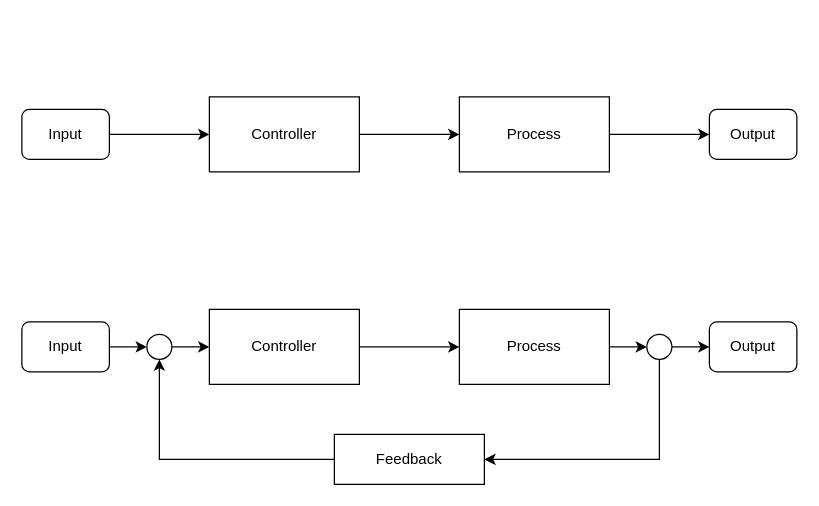
m-akma1/hello-world keeps this draw.io diagram as Untitled Diagram.drawio. Above is the earlier version. Source tidied: cells renumbered, new cells numbered last; positions are measured from the earlier drawing's top-left corner, leaving out a move shared by most shapes. Both pictures are drawn from the tidied source at 125%, with x=0, y=0 at pixel (21, 96).
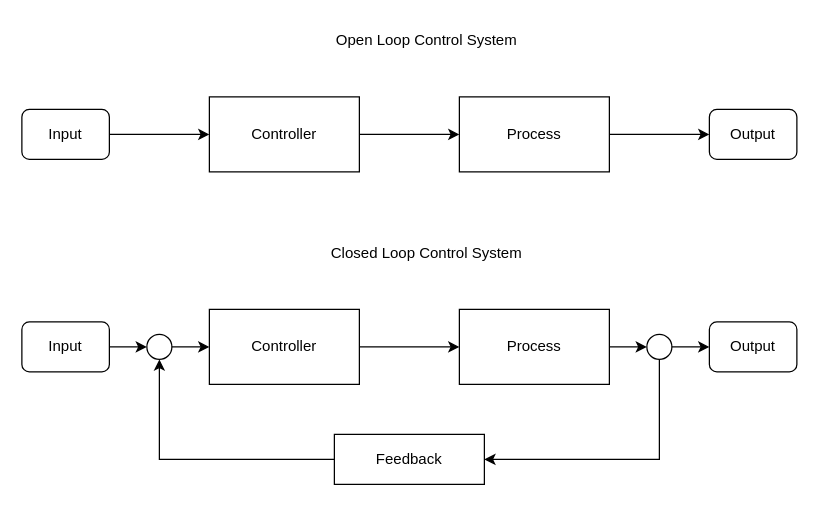
Above is the later version.

Change to the diagram source:
```diff
@@
+    <mxCell id="23" value="Open Loop Control System" style="text;html=1;align=center;verticalAlign=middle;whiteSpace=wrap;rounded=0;" parent="1" vertex="1">
+      <mxGeometry x="246" y="-60" width="156" height="30" as="geometry" />
+    </mxCell>
+    <mxCell id="24" value="Closed Loop Control System" style="text;html=1;align=center;verticalAlign=middle;whiteSpace=wrap;rounded=0;" parent="1" vertex="1">
+      <mxGeometry x="246" y="110" width="156" height="30" as="geometry" />
+    </mxCell>
```
